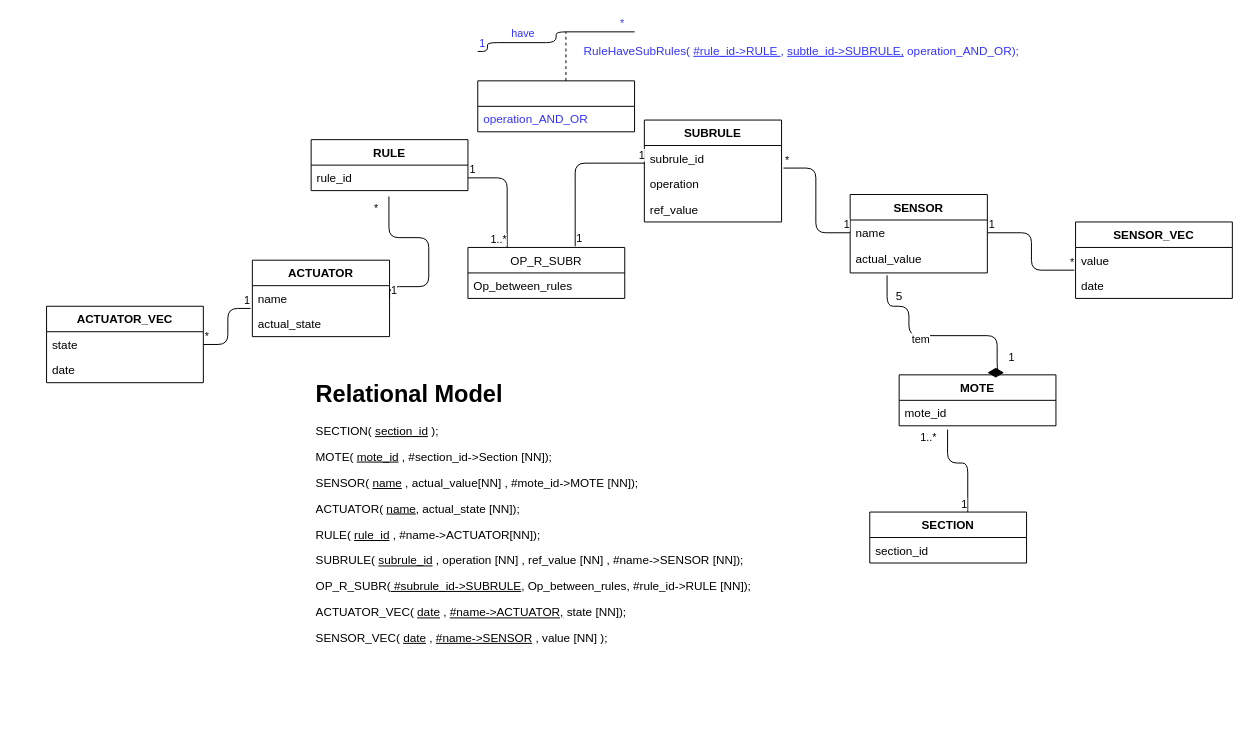
Above: squematics/DB.drawio in Automation-yatata/Industry4.0-PizzaPlace (draw.io), before the change. Source tidied: cells renumbered, new cells numbered last; positions are measured from the earlier drawing's top-left corner, leaving out a move shared by most shapes. Both pictures are drawn from the tidied source at 98%, with x=0, y=0 at pixel (46, 31).
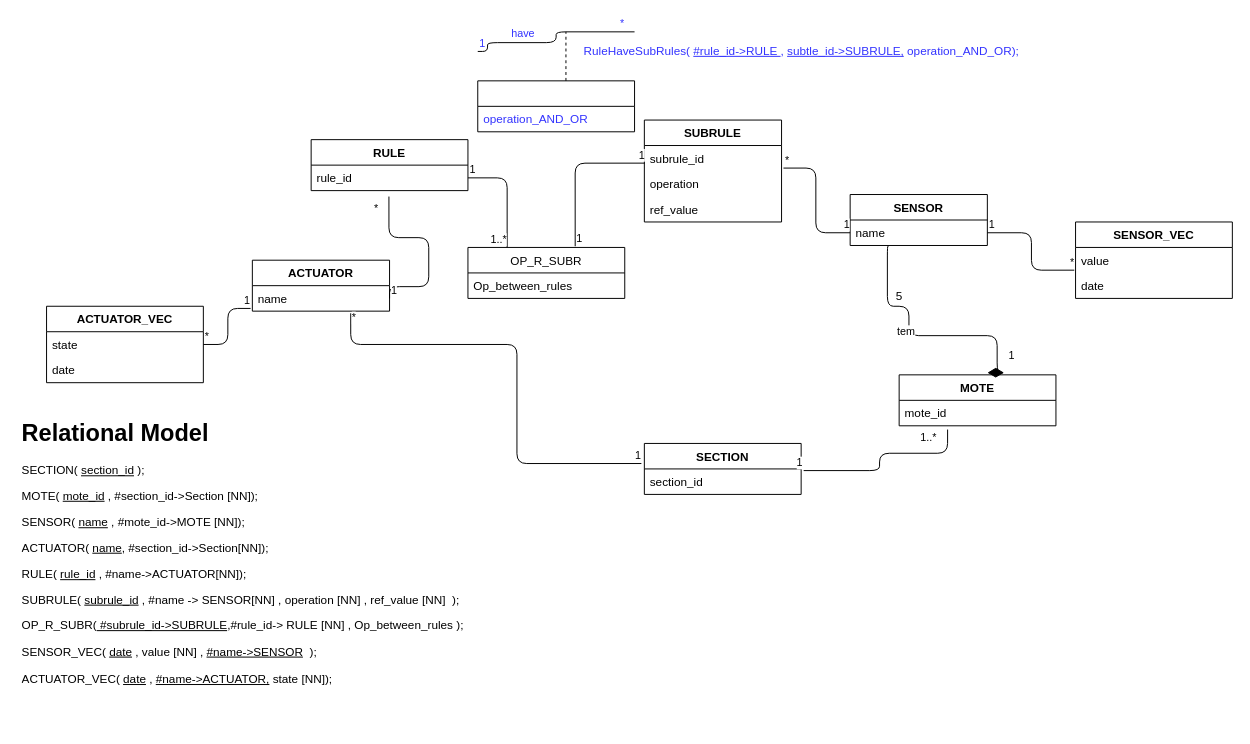
After the change.

Unchanged cells that the change refers to:
```xml
<mxCell id="13" value="name" style="text;strokeColor=none;fillColor=none;align=left;verticalAlign=top;spacingLeft=4;spacingRight=4;overflow=hidden;points=[[0,0.5],[1,0.5]];portConstraint=eastwest;fontStyle=0;" parent="12" vertex="1">
  <mxGeometry y="26" width="140" height="26" as="geometry" />
</mxCell>
<mxCell id="16" value="name" style="text;strokeColor=none;fillColor=none;align=left;verticalAlign=top;spacingLeft=4;spacingRight=4;overflow=hidden;points=[[0,0.5],[1,0.5]];portConstraint=eastwest;fontStyle=0;" parent="15" vertex="1">
  <mxGeometry y="26" width="140" height="26" as="geometry" />
</mxCell>
<mxCell id="26" value="MOTE" style="swimlane;fontStyle=1;align=center;verticalAlign=top;horizontal=1;startSize=26;" parent="1" vertex="1">
  <mxGeometry x="870" y="350" width="160" height="52" as="geometry" />
</mxCell>
<mxCell id="27" value="mote_id&#10;" style="text;strokeColor=none;fillColor=none;align=left;verticalAlign=top;spacingLeft=4;spacingRight=4;overflow=hidden;points=[[0,0.5],[1,0.5]];portConstraint=eastwest;fontStyle=0;" parent="26" vertex="1">
  <mxGeometry y="26" width="160" height="26" as="geometry" />
</mxCell>
<mxCell id="32" value="section_id" style="text;strokeColor=none;fillColor=none;align=left;verticalAlign=top;spacingLeft=4;spacingRight=4;overflow=hidden;points=[[0,0.5],[1,0.5]];portConstraint=eastwest;fontStyle=0;" parent="31" vertex="1">
  <mxGeometry y="26" width="160" height="26" as="geometry" />
</mxCell>
```

Change to the diagram source:
```diff
@@
     <mxCell id="12" value="SENSOR" style="swimlane;fontStyle=1;horizontal=1;startSize=26;fillColor=none;" parent="1" vertex="1">
-      <mxGeometry x="820" y="166" width="140" height="80" as="geometry" />
+      <mxGeometry x="820" y="166" width="140" height="52" as="geometry" />
     </mxCell>
@@
-    <mxCell id="14" value="actual_value" style="text;strokeColor=none;fillColor=none;align=left;verticalAlign=top;spacingLeft=4;spacingRight=4;overflow=hidden;points=[[0,0.5],[1,0.5]];portConstraint=eastwest;" parent="12" vertex="1">
-      <mxGeometry y="52" width="140" height="28" as="geometry" />
-    </mxCell>
     <mxCell id="15" value="ACTUATOR" style="swimlane;fontStyle=1;horizontal=1;startSize=26;fillColor=none;" parent="1" vertex="1">
-      <mxGeometry x="210" y="233" width="140" height="78" as="geometry" />
+      <mxGeometry x="210" y="233" width="140" height="52" as="geometry" />
     </mxCell>
@@
-    <mxCell id="17" value="actual_state" style="text;strokeColor=none;fillColor=none;align=left;verticalAlign=top;spacingLeft=4;spacingRight=4;overflow=hidden;" parent="15" vertex="1">
-      <mxGeometry y="52" width="140" height="26" as="geometry" />
-    </mxCell>
@@
-    <mxCell id="28" value="1" style="endArrow=none;html=1;endSize=12;startArrow=diamondThin;startSize=14;startFill=1;edgeStyle=orthogonalEdgeStyle;align=left;verticalAlign=bottom;entryX=0.269;entryY=1.088;entryDx=0;entryDy=0;entryPerimeter=0;exitX=0.563;exitY=-0.042;exitDx=0;exitDy=0;exitPerimeter=0;endFill=0;" parent="1" edge="1" source="26" target="14">
+    <mxCell id="28" value="1" style="endArrow=none;html=1;endSize=12;startArrow=diamondThin;startSize=14;startFill=1;edgeStyle=orthogonalEdgeStyle;align=left;verticalAlign=bottom;entryX=0.279;entryY=1.027;entryDx=0;entryDy=0;entryPerimeter=0;exitX=0.563;exitY=-0.042;exitDx=0;exitDy=0;exitPerimeter=0;endFill=0;" parent="1" edge="1" source="26" target="13">
       <mxGeometry x="-0.85" y="-10" relative="1" as="geometry">
         <Array as="points">
           <mxPoint x="970" y="348" />
           <mxPoint x="970" y="310" />
           <mxPoint x="880" y="310" />
           <mxPoint x="880" y="280" />
           <mxPoint x="858" y="280" />
+          <mxPoint x="858" y="219" />
         </Array>
       </mxGeometry>
     </mxCell>
@@
     <mxCell id="31" value="SECTION" style="swimlane;fontStyle=1;align=center;verticalAlign=top;horizontal=1;startSize=26;" parent="1" vertex="1">
-      <mxGeometry x="840" y="490" width="160" height="52" as="geometry" />
+      <mxGeometry x="610" y="420" width="160" height="52" as="geometry" />
     </mxCell>
@@
-    <mxCell id="33" style="endArrow=none;html=1;edgeStyle=orthogonalEdgeStyle;exitX=0.309;exitY=1.147;exitDx=0;exitDy=0;exitPerimeter=0;" parent="1" edge="1" source="27">
+    <mxCell id="33" style="endArrow=none;html=1;edgeStyle=orthogonalEdgeStyle;exitX=0.309;exitY=1.147;exitDx=0;exitDy=0;exitPerimeter=0;entryX=1.016;entryY=0.065;entryDx=0;entryDy=0;entryPerimeter=0;" parent="1" edge="1" source="27" target="32">
       <mxGeometry relative="1" as="geometry">
-        <mxPoint x="940" y="490" as="targetPoint" />
         <Array as="points">
-          <mxPoint x="919" y="440" />
-          <mxPoint x="940" y="440" />
+          <mxPoint x="919" y="430" />
+          <mxPoint x="850" y="430" />
+          <mxPoint x="850" y="448" />
         </Array>
       </mxGeometry>
     </mxCell>
@@
-    <mxCell id="36" value="&lt;h1&gt;Relational Model&lt;/h1&gt;&lt;p&gt;SECTION(&amp;nbsp;&lt;u&gt;section_id&lt;/u&gt;&amp;nbsp;);&amp;nbsp;&lt;br&gt;&lt;/p&gt;&lt;p&gt;MOTE(&amp;nbsp;&lt;u&gt;mote_id&lt;/u&gt;&amp;nbsp;, #section_id-&amp;gt;Section [NN]);&lt;br&gt;&lt;/p&gt;&lt;p&gt;SENSOR(&amp;nbsp;&lt;u&gt;name&lt;/u&gt;&amp;nbsp;, actual_value[NN] , #mote_id-&amp;gt;MOTE [NN]);&lt;br&gt;&lt;/p&gt;&lt;p&gt;ACTUATOR(&amp;nbsp;&lt;u&gt;name&lt;/u&gt;, actual_state [NN]);&lt;/p&gt;&lt;p&gt;RULE( &lt;u&gt;rule_id&lt;/u&gt; , #name-&amp;gt;ACTUATOR[NN]);&lt;/p&gt;&lt;p&gt;&lt;span&gt;SUBRULE(&amp;nbsp;&lt;/span&gt;&lt;u&gt;subrule_id&lt;/u&gt;&lt;span&gt;&amp;nbsp;, operation [NN] , ref_value [NN] , #name-&amp;gt;SENSOR [NN]);&lt;/span&gt;&lt;br&gt;&lt;/p&gt;&lt;p&gt;OP_R_SUBR(&lt;u&gt;&amp;nbsp;#subrule_id-&amp;gt;SUBRULE&lt;/u&gt;, Op_between_rules, #rule_id-&amp;gt;RULE [NN]);&lt;/p&gt;&lt;div&gt;&lt;span&gt;ACTUATOR_VEC( &lt;/span&gt;&lt;u&gt;date&lt;/u&gt;&lt;span&gt;&amp;nbsp;,&amp;nbsp;&lt;/span&gt;&lt;u&gt;#name-&amp;gt;ACTUATOR,&lt;/u&gt;&lt;span&gt;&amp;nbsp;state [NN]);&lt;/span&gt;&lt;br&gt;&lt;/div&gt;&lt;p&gt;&lt;span&gt;SENSOR_VEC( &lt;/span&gt;&lt;u&gt;date&lt;/u&gt;&lt;span&gt;&amp;nbsp;,&amp;nbsp;&lt;/span&gt;&lt;u&gt;#name-&amp;gt;SENSOR&lt;/u&gt;&lt;span&gt;&amp;nbsp;, value [NN] );&lt;/span&gt;&lt;/p&gt;" style="text;html=1;strokeColor=none;fillColor=none;spacing=5;spacingTop=-20;whiteSpace=wrap;overflow=hidden;rounded=0;" parent="1" vertex="1">
-      <mxGeometry x="270" y="350" width="500" height="320" as="geometry" />
+    <mxCell id="36" value="&lt;h1&gt;Relational Model&lt;/h1&gt;&lt;p&gt;SECTION(&amp;nbsp;&lt;u&gt;section_id&lt;/u&gt;&amp;nbsp;);&amp;nbsp;&lt;br&gt;&lt;/p&gt;&lt;p&gt;MOTE(&amp;nbsp;&lt;u&gt;mote_id&lt;/u&gt;&amp;nbsp;, #section_id-&amp;gt;Section [NN]);&lt;br&gt;&lt;/p&gt;&lt;p&gt;SENSOR(&amp;nbsp;&lt;u&gt;name&lt;/u&gt;&amp;nbsp;, #mote_id-&amp;gt;MOTE [NN]);&lt;br&gt;&lt;/p&gt;&lt;p&gt;ACTUATOR(&amp;nbsp;&lt;u&gt;name&lt;/u&gt;, #section_id-&amp;gt;Section[NN]);&lt;/p&gt;&lt;p&gt;RULE( &lt;u&gt;rule_id&lt;/u&gt; , #name-&amp;gt;ACTUATOR[NN]);&lt;/p&gt;&lt;p&gt;&lt;span&gt;SUBRULE(&amp;nbsp;&lt;/span&gt;&lt;u&gt;subrule_id&lt;/u&gt;&lt;span&gt;&amp;nbsp;, #name -&amp;gt; SENSOR[NN] ,&lt;/span&gt;&lt;span&gt;&amp;nbsp;operation [NN] , ref_value [NN]&amp;nbsp; );&lt;/span&gt;&lt;/p&gt;&lt;p&gt;OP_R_SUBR(&lt;u&gt;&amp;nbsp;#subrule_id-&amp;gt;SUBRULE&lt;/u&gt;,#rule_id-&amp;gt; RULE [NN] , Op_between_rules );&lt;/p&gt;&lt;div&gt;SENSOR_VEC(&amp;nbsp;&lt;u&gt;date&lt;/u&gt;&amp;nbsp;, value [NN] ,&amp;nbsp;&lt;u&gt;#name-&amp;gt;SENSOR&lt;/u&gt;&amp;nbsp; );&lt;span&gt;&lt;br&gt;&lt;/span&gt;&lt;/div&gt;&lt;div&gt;&lt;br&gt;&lt;/div&gt;&lt;div&gt;&lt;span&gt;ACTUATOR_VEC( &lt;/span&gt;&lt;u&gt;date&lt;/u&gt;&lt;span&gt;&amp;nbsp;,&amp;nbsp;&lt;/span&gt;&lt;u&gt;#name-&amp;gt;ACTUATOR,&lt;/u&gt;&lt;span&gt;&amp;nbsp;state [NN]);&lt;/span&gt;&lt;br&gt;&lt;/div&gt;&lt;p&gt;&lt;br&gt;&lt;/p&gt;" style="text;html=1;strokeColor=none;fillColor=none;spacing=5;spacingTop=-20;whiteSpace=wrap;overflow=hidden;rounded=0;" parent="1" vertex="1">
+      <mxGeometry x="-30" y="390" width="500" height="320" as="geometry" />
     </mxCell>
@@
+    <mxCell id="59" style="endArrow=none;html=1;edgeStyle=orthogonalEdgeStyle;entryX=-0.019;entryY=0.394;entryDx=0;entryDy=0;entryPerimeter=0;exitX=0.717;exitY=1.083;exitDx=0;exitDy=0;exitPerimeter=0;" parent="1" edge="1" source="16" target="31">
+      <mxGeometry relative="1" as="geometry">
+        <Array as="points">
+          <mxPoint x="310" y="319" />
+          <mxPoint x="480" y="319" />
+          <mxPoint x="480" y="441" />
+        </Array>
+      </mxGeometry>
+    </mxCell>
+    <mxCell id="60" value="*" style="edgeLabel;html=1;align=left;verticalAlign=bottom;" parent="59" vertex="1">
+      <mxGeometry x="-1" relative="1" as="geometry">
+        <mxPoint y="13" as="offset" />
+      </mxGeometry>
+    </mxCell>
+    <mxCell id="61" value="1" style="edgeLabel;html=1;align=right;verticalAlign=bottom;" parent="59" vertex="1">
+      <mxGeometry x="1" relative="1" as="geometry" />
+    </mxCell>
```
